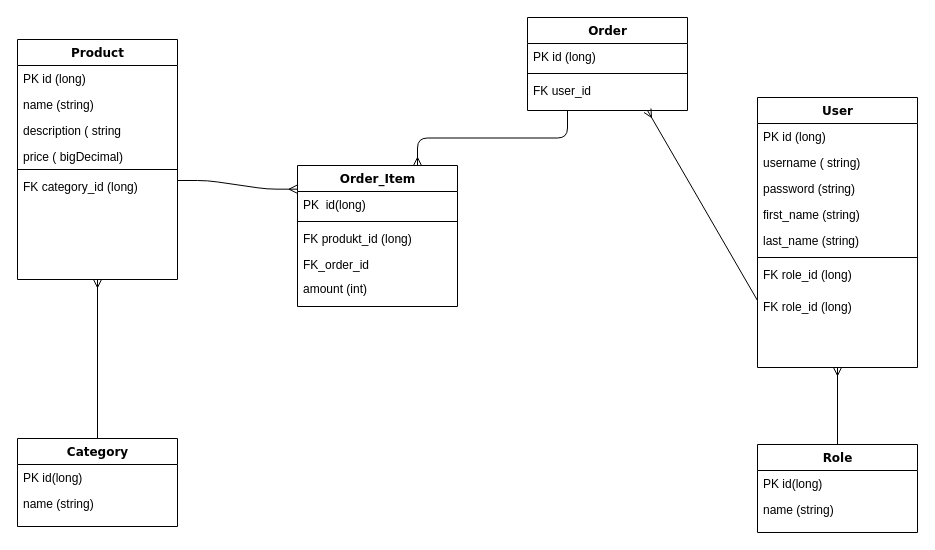
Above: Untitled Diagram.drawio in StanislawGlegola/dev-shop (draw.io), before the change. Source tidied: cells renumbered, new cells numbered last; positions are measured from the earlier drawing's top-left corner, leaving out a move shared by most shapes. Both pictures are drawn from the tidied source at 100%, with x=0, y=0 at pixel (17, 17).
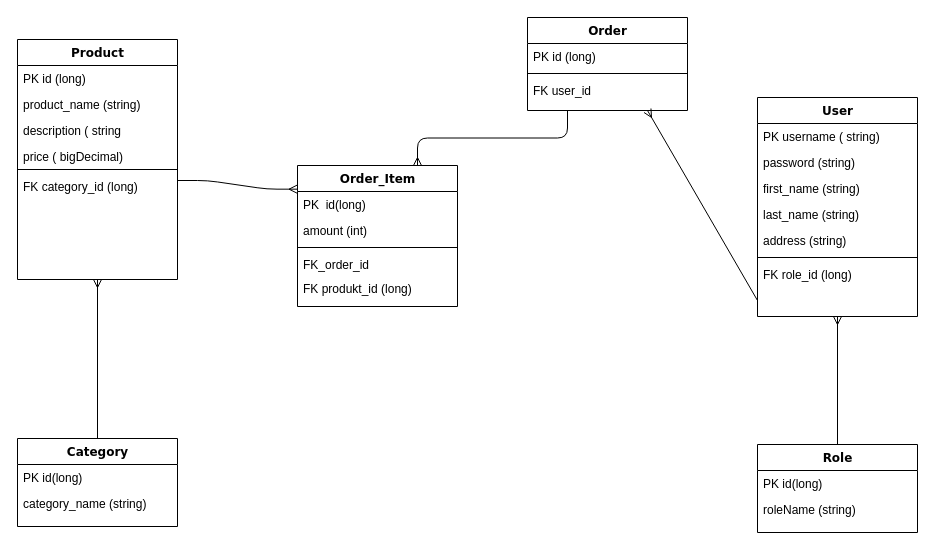
The same diagram, later.

Unchanged cells that the change refers to:
```xml
<mxCell id="2" value="Product" style="swimlane;html=1;fontStyle=1;align=center;verticalAlign=top;horizontal=1;startSize=26;swimlaneFillColor=#ffffff;rounded=0;shadow=0;comic=0;labelBackgroundColor=none;strokeColor=#000000;strokeWidth=1;fillColor=none;fontFamily=Verdana;fontSize=12;fontColor=#000000;" parent="1" vertex="1">
  <mxGeometry y="22" width="160" height="240" as="geometry" />
</mxCell>
<mxCell id="9" value="Order_Item" style="swimlane;html=1;fontStyle=1;align=center;verticalAlign=top;horizontal=1;startSize=26;swimlaneFillColor=#ffffff;rounded=0;shadow=0;comic=0;labelBackgroundColor=none;strokeColor=#000000;strokeWidth=1;fillColor=none;fontFamily=Verdana;fontSize=12;fontColor=#000000;" parent="1" vertex="1">
  <mxGeometry x="280" y="148" width="160" height="141" as="geometry" />
</mxCell>
<mxCell id="23" value="Category" style="swimlane;html=1;fontStyle=1;align=center;verticalAlign=top;horizontal=1;startSize=26;swimlaneFillColor=#ffffff;rounded=0;shadow=0;comic=0;labelBackgroundColor=none;strokeColor=#000000;strokeWidth=1;fillColor=none;fontFamily=Verdana;fontSize=12;fontColor=#000000;" parent="1" vertex="1">
  <mxGeometry y="421" width="160" height="88" as="geometry" />
</mxCell>
<mxCell id="30" value="Role" style="swimlane;html=1;fontStyle=1;align=center;verticalAlign=top;horizontal=1;startSize=26;swimlaneFillColor=#ffffff;rounded=0;shadow=0;comic=0;labelBackgroundColor=none;strokeColor=#000000;strokeWidth=1;fillColor=none;fontFamily=Verdana;fontSize=12;fontColor=#000000;" parent="1" vertex="1">
  <mxGeometry x="740" y="427" width="160" height="88" as="geometry" />
</mxCell>
```

What changed in the source:
```diff
@@
-    <mxCell id="4" value="name (string)" style="text;html=1;strokeColor=none;fillColor=none;align=left;verticalAlign=top;spacingLeft=4;spacingRight=4;whiteSpace=wrap;overflow=hidden;" parent="2" vertex="1">
+    <mxCell id="4" value="product_name (string)" style="text;html=1;strokeColor=none;fillColor=none;align=left;verticalAlign=top;spacingLeft=4;spacingRight=4;whiteSpace=wrap;overflow=hidden;" parent="2" vertex="1">
       <mxGeometry y="52" width="160" height="26" as="geometry" />
     </mxCell>
@@
+    <mxCell id="14" value="amount (int)" style="text;html=1;strokeColor=none;fillColor=none;align=left;verticalAlign=top;spacingLeft=4;spacingRight=4;whiteSpace=wrap;overflow=hidden;" parent="9" vertex="1">
+      <mxGeometry y="52" width="160" height="26" as="geometry" />
+    </mxCell>
     <mxCell id="11" style="line;html=1;strokeWidth=1;fillColor=none;align=left;verticalAlign=middle;spacingTop=-1;spacingLeft=3;spacingRight=3;labelPosition=right;" parent="9" vertex="1">
-      <mxGeometry y="52" width="160" height="8" as="geometry" />
+      <mxGeometry y="78" width="160" height="8" as="geometry" />
     </mxCell>
+    <mxCell id="13" value="FK_order_id" style="text;html=1;strokeColor=none;fillColor=none;align=left;verticalAlign=top;spacingLeft=4;spacingRight=4;whiteSpace=wrap;overflow=hidden;" parent="9" vertex="1">
+      <mxGeometry y="86" width="160" height="24" as="geometry" />
+    </mxCell>
     <mxCell id="12" value="FK produkt_id (long)" style="text;html=1;strokeColor=none;fillColor=none;align=left;verticalAlign=top;spacingLeft=4;spacingRight=4;whiteSpace=wrap;overflow=hidden;" parent="9" vertex="1">
-      <mxGeometry y="60" width="160" height="26" as="geometry" />
+      <mxGeometry y="110" width="160" height="26" as="geometry" />
     </mxCell>
-    <mxCell id="13" value="FK_order_id" style="text;html=1;strokeColor=none;fillColor=none;align=left;verticalAlign=top;spacingLeft=4;spacingRight=4;whiteSpace=wrap;overflow=hidden;" parent="9" vertex="1">
-      <mxGeometry y="86" width="160" height="24" as="geometry" />
-    </mxCell>
-    <mxCell id="14" value="amount (int)" style="text;html=1;strokeColor=none;fillColor=none;align=left;verticalAlign=top;spacingLeft=4;spacingRight=4;whiteSpace=wrap;overflow=hidden;" parent="9" vertex="1">
-      <mxGeometry y="110" width="160" height="26" as="geometry" />
-    </mxCell>
     <mxCell id="15" value="User" style="swimlane;html=1;fontStyle=1;align=center;verticalAlign=top;horizontal=1;startSize=26;swimlaneFillColor=#ffffff;rounded=0;shadow=0;comic=0;labelBackgroundColor=none;strokeColor=#000000;strokeWidth=1;fillColor=none;fontFamily=Verdana;fontSize=12;fontColor=#000000;" parent="1" vertex="1">
-      <mxGeometry x="740" y="80" width="160" height="270" as="geometry" />
+      <mxGeometry x="740" y="80" width="160" height="219" as="geometry" />
     </mxCell>
-    <mxCell id="16" value="PK id (long)" style="text;html=1;strokeColor=none;fillColor=none;align=left;verticalAlign=top;spacingLeft=4;spacingRight=4;whiteSpace=wrap;overflow=hidden;" parent="15" vertex="1">
-      <mxGeometry y="26" width="160" height="26" as="geometry" />
-    </mxCell>
-    <mxCell id="17" value="username ( string)" style="text;html=1;strokeColor=none;fillColor=none;align=left;verticalAlign=top;spacingLeft=4;spacingRight=4;whiteSpace=wrap;overflow=hidden;" parent="15" vertex="1">
-      <mxGeometry y="52" width="160" height="26" as="geometry" />
+    <mxCell id="17" value="PK username ( string)" style="text;html=1;strokeColor=none;fillColor=none;align=left;verticalAlign=top;spacingLeft=4;spacingRight=4;whiteSpace=wrap;overflow=hidden;" parent="15" vertex="1">
+      <mxGeometry y="26" width="160" height="26" as="geometry" />
     </mxCell>
     <mxCell id="18" value="password (string)" style="text;html=1;strokeColor=none;fillColor=none;align=left;verticalAlign=top;spacingLeft=4;spacingRight=4;whiteSpace=wrap;overflow=hidden;" parent="15" vertex="1">
-      <mxGeometry y="78" width="160" height="26" as="geometry" />
+      <mxGeometry y="52" width="160" height="26" as="geometry" />
     </mxCell>
     <mxCell id="19" value="first_name (string)" style="text;html=1;strokeColor=none;fillColor=none;align=left;verticalAlign=top;spacingLeft=4;spacingRight=4;whiteSpace=wrap;overflow=hidden;" parent="15" vertex="1">
-      <mxGeometry y="104" width="160" height="26" as="geometry" />
+      <mxGeometry y="78" width="160" height="26" as="geometry" />
     </mxCell>
     <mxCell id="20" value="last_name (string)" style="text;html=1;strokeColor=none;fillColor=none;align=left;verticalAlign=top;spacingLeft=4;spacingRight=4;whiteSpace=wrap;overflow=hidden;" parent="15" vertex="1">
-      <mxGeometry y="130" width="160" height="26" as="geometry" />
+      <mxGeometry y="104" width="160" height="26" as="geometry" />
     </mxCell>
+    <mxCell id="38" value="address (string)" style="text;html=1;strokeColor=none;fillColor=none;align=left;verticalAlign=top;spacingLeft=4;spacingRight=4;whiteSpace=wrap;overflow=hidden;" parent="15" vertex="1">
+      <mxGeometry y="130" width="160" height="26" as="geometry" />
+    </mxCell>
@@
-    <mxCell id="25" value="name (string)" style="text;html=1;strokeColor=none;fillColor=none;align=left;verticalAlign=top;spacingLeft=4;spacingRight=4;whiteSpace=wrap;overflow=hidden;" parent="23" vertex="1">
+    <mxCell id="25" value="category_name (string)" style="text;html=1;strokeColor=none;fillColor=none;align=left;verticalAlign=top;spacingLeft=4;spacingRight=4;whiteSpace=wrap;overflow=hidden;" parent="23" vertex="1">
       <mxGeometry y="52" width="160" height="26" as="geometry" />
     </mxCell>
@@
-    <mxCell id="32" value="name (string)" style="text;html=1;strokeColor=none;fillColor=none;align=left;verticalAlign=top;spacingLeft=4;spacingRight=4;whiteSpace=wrap;overflow=hidden;" parent="30" vertex="1">
+    <mxCell id="32" value="roleName (string)" style="text;html=1;strokeColor=none;fillColor=none;align=left;verticalAlign=top;spacingLeft=4;spacingRight=4;whiteSpace=wrap;overflow=hidden;" parent="30" vertex="1">
       <mxGeometry y="52" width="160" height="26" as="geometry" />
     </mxCell>
@@
-    <mxCell id="38" value="FK role_id (long)" style="text;html=1;strokeColor=none;fillColor=none;align=left;verticalAlign=top;spacingLeft=4;spacingRight=4;whiteSpace=wrap;overflow=hidden;" parent="1" vertex="1">
-      <mxGeometry x="740" y="276" width="160" height="26" as="geometry" />
-    </mxCell>
```
